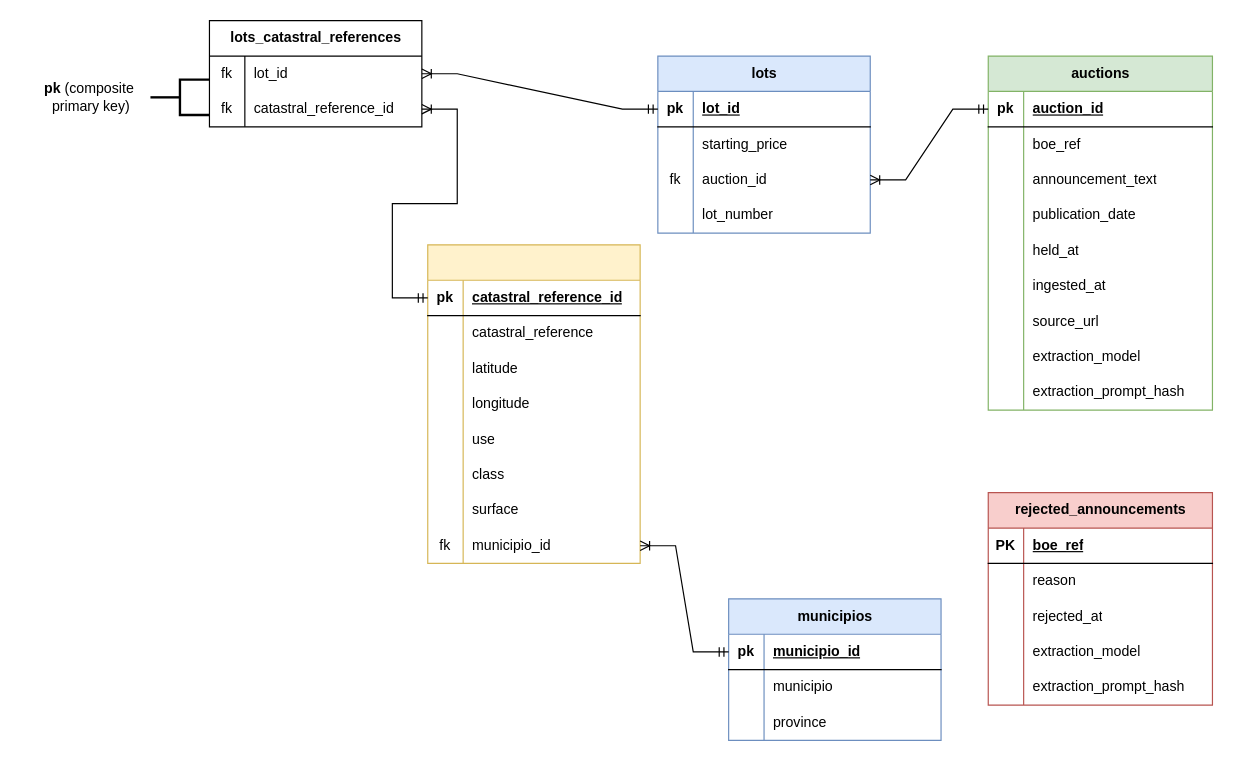
The draw.io diagram data_modeling/OLAP/2.silver/E-R.drawio in MiguelDonado/subastas_analytics, before the edit. Source tidied: cells renumbered, new cells numbered last; positions are measured from the earlier drawing's top-left corner, leaving out a move shared by most shapes. Both pictures are drawn from the tidied source at 118%, with x=0, y=0 at pixel (20, 20).
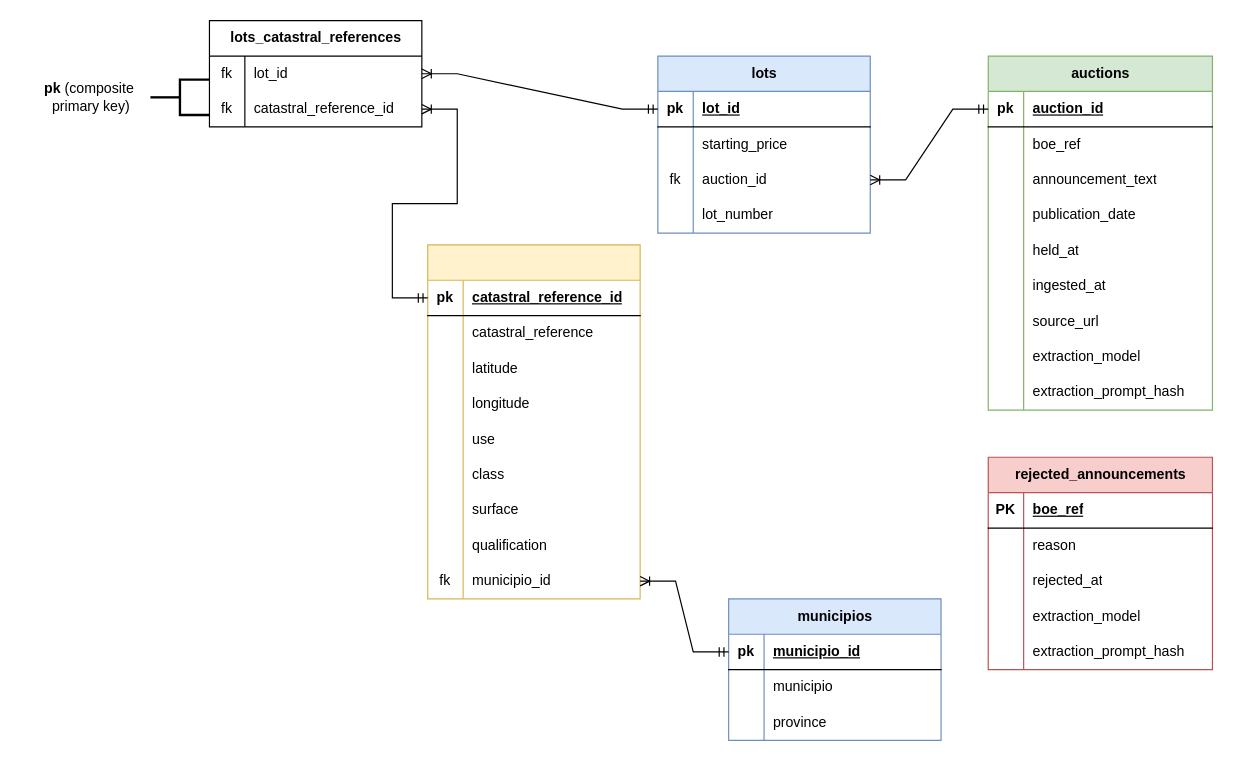
Above is the later version.

The edit, as a diff of the source:
```diff
@@
     <mxCell id="54" value="&amp;nbsp; &amp;nbsp; &amp;nbsp; &amp;nbsp; &amp;nbsp; &amp;nbsp; &amp;nbsp; &amp;nbsp; &amp;nbsp; &amp;nbsp; &amp;nbsp; &amp;nbsp; &amp;nbsp; &amp;nbsp;&amp;nbsp;" style="shape=table;startSize=30;childLayout=tableLayout;rowLines=0;fontStyle=1;align=center;html=1;fillColor=#fff2cc;strokeColor=#d6b656;" parent="1" vertex="1">
-      <mxGeometry x="345" y="190" width="180" height="270" as="geometry" />
+      <mxGeometry x="345" y="190" width="180" height="300" as="geometry" />
     </mxCell>
@@
+    <mxCell id="107" style="shape=tableRow;horizontal=0;startSize=0;swimlaneHead=0;swimlaneBody=0;fillColor=none;top=0;left=0;right=0;bottom=0;" parent="54" vertex="1">
+      <mxGeometry y="240" width="180" height="30" as="geometry" />
+    </mxCell>
+    <mxCell id="108" style="shape=partialRectangle;fillColor=none;top=0;left=0;bottom=0;right=0;overflow=hidden;whiteSpace=wrap;html=1;" parent="107" vertex="1">
+      <mxGeometry width="30" height="30" as="geometry" />
+    </mxCell>
+    <mxCell id="109" value="qualification" style="shape=partialRectangle;fillColor=none;top=0;left=0;bottom=0;right=0;align=left;spacingLeft=6;overflow=hidden;whiteSpace=wrap;html=1;" parent="107" vertex="1">
+      <mxGeometry x="30" width="150" height="30" as="geometry" />
+    </mxCell>
     <mxCell id="76" style="shape=tableRow;horizontal=0;startSize=0;swimlaneHead=0;swimlaneBody=0;fillColor=none;points=[[0,0.5],[1,0.5]];portConstraint=eastwest;top=0;left=0;right=0;bottom=0;" parent="54" vertex="1">
-      <mxGeometry y="240" width="180" height="30" as="geometry" />
+      <mxGeometry y="270" width="180" height="30" as="geometry" />
     </mxCell>
@@
     <mxCell id="91" value="rejected_announcements" style="shape=table;startSize=30;childLayout=tableLayout;rowLines=0;fontStyle=1;align=center;html=1;fillColor=#f8cecc;strokeColor=#b85450;" parent="1" vertex="1">
-      <mxGeometry x="820" y="400" width="190" height="180" as="geometry" />
+      <mxGeometry x="820" y="370" width="190" height="180" as="geometry" />
     </mxCell>
```
